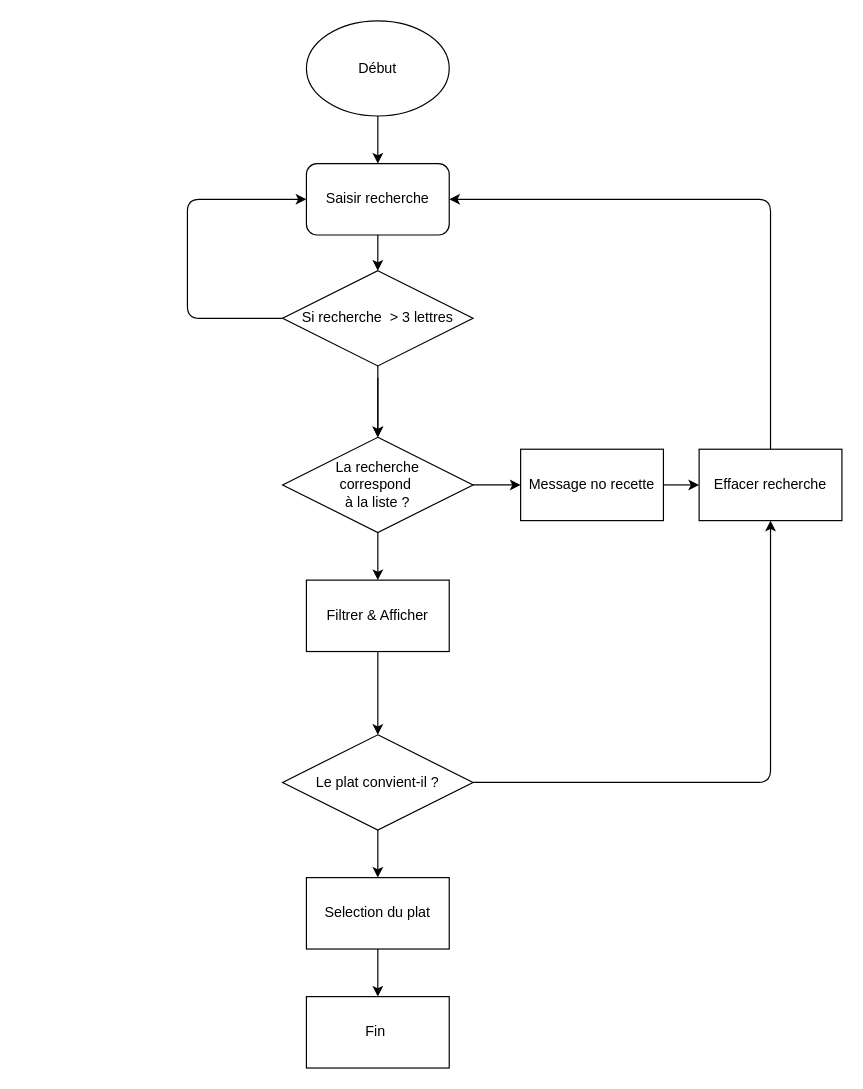
yatzc/YannWattier_7_29092021 keeps this draw.io diagram as Algorigramme.drawio. Above is the earlier version. Source tidied: cells renumbered, new cells numbered last; positions are measured from the earlier drawing's top-left corner, leaving out a move shared by most shapes. Both pictures are drawn from the tidied source at 119%, with x=0, y=0 at pixel (187, 20).
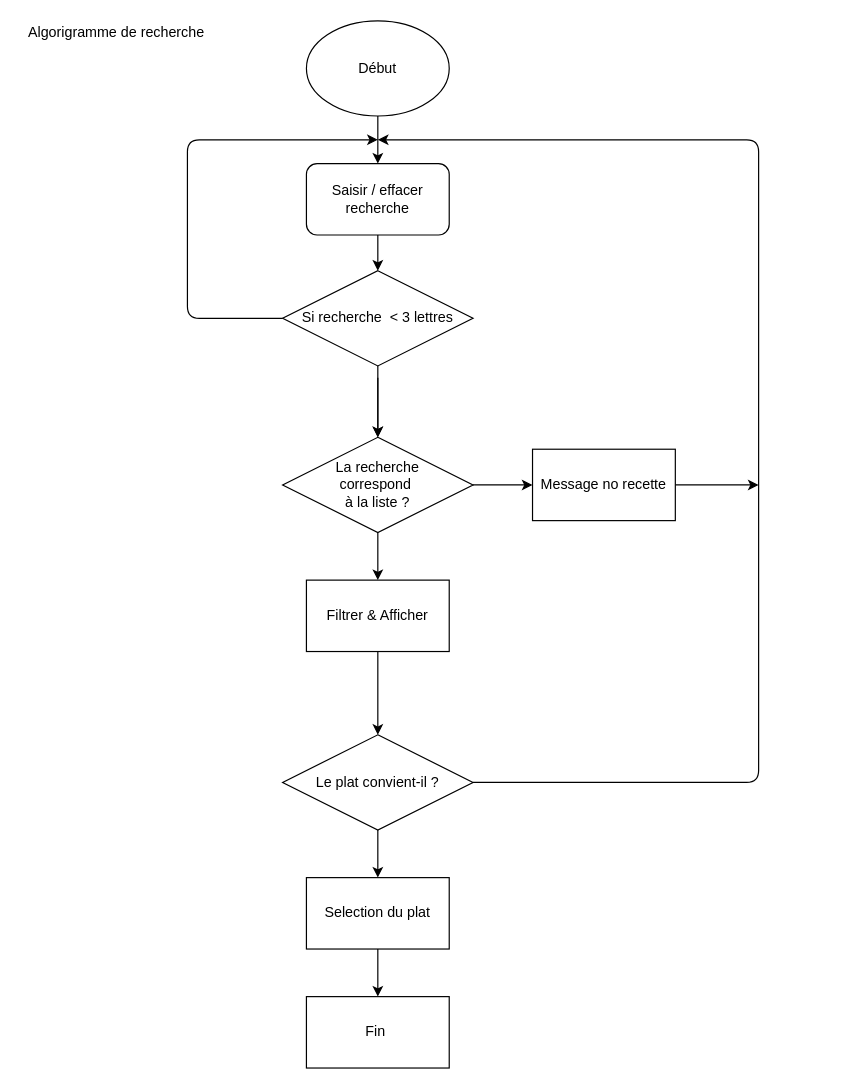
After the change.

The change refers to these unchanged cells:
```xml
<mxCell id="5" value="Le plat convient-il ?" style="rhombus;whiteSpace=wrap;html=1;" parent="1" vertex="1">
  <mxGeometry x="80" y="600" width="160" height="80" as="geometry" />
</mxCell>
```

The edit, as a diff of the source:
```diff
@@
-    <mxCell id="3" value="Saisir recherche" style="rounded=1;whiteSpace=wrap;html=1;" parent="1" vertex="1">
+    <mxCell id="3" value="Saisir / effacer recherche" style="rounded=1;whiteSpace=wrap;html=1;" parent="1" vertex="1">
       <mxGeometry x="100" y="120" width="120" height="60" as="geometry" />
     </mxCell>
@@
     <mxCell id="6" value="Message no recette" style="rounded=0;whiteSpace=wrap;html=1;" parent="1" vertex="1">
-      <mxGeometry x="280" y="360" width="120" height="60" as="geometry" />
+      <mxGeometry x="290" y="360" width="120" height="60" as="geometry" />
     </mxCell>
-    <mxCell id="7" value="Effacer recherche" style="rounded=0;whiteSpace=wrap;html=1;" parent="1" vertex="1">
-      <mxGeometry x="430" y="360" width="120" height="60" as="geometry" />
-    </mxCell>
-    <mxCell id="8" style="endArrow=classic;html=1;entryX=0.5;entryY=1;entryDx=0;entryDy=0;exitX=1;exitY=0.5;exitDx=0;exitDy=0;" parent="1" edge="1" source="5" target="7">
-      <mxGeometry relative="1" as="geometry">
-        <Array as="points">
-          <mxPoint x="490" y="640" />
-        </Array>
-      </mxGeometry>
-    </mxCell>
@@
-    <mxCell id="11" style="endArrow=classic;html=1;exitX=1;exitY=0.5;exitDx=0;exitDy=0;entryX=0;entryY=0.5;entryDx=0;entryDy=0;" parent="1" edge="1" source="6" target="7">
-      <mxGeometry relative="1" as="geometry" />
+    <mxCell id="11" style="endArrow=classic;html=1;exitX=1;exitY=0.5;exitDx=0;exitDy=0;" parent="1" edge="1" source="6">
+      <mxGeometry relative="1" as="geometry">
+        <mxPoint x="480" y="390" as="targetPoint" />
+      </mxGeometry>
     </mxCell>
@@
-    <mxCell id="13" style="endArrow=classic;html=1;exitX=0.5;exitY=0;exitDx=0;exitDy=0;entryX=1;entryY=0.5;entryDx=0;entryDy=0;" parent="1" edge="1" source="7" target="3">
+    <mxCell id="13" style="endArrow=classic;html=1;exitX=1;exitY=0.5;exitDx=0;exitDy=0;" parent="1" edge="1" source="5">
       <mxGeometry relative="1" as="geometry">
+        <mxPoint x="160" y="100" as="targetPoint" />
         <Array as="points">
-          <mxPoint x="490" y="150" />
+          <mxPoint x="480" y="640" />
+          <mxPoint x="480" y="100" />
         </Array>
       </mxGeometry>
     </mxCell>
@@
-    <mxCell id="18" value="&lt;span&gt;Si recherche&amp;nbsp; &amp;gt; 3 lettres&lt;/span&gt;" style="rhombus;whiteSpace=wrap;html=1;" parent="1" vertex="1">
+    <mxCell id="18" value="&lt;span&gt;Si recherche&amp;nbsp; &amp;lt; 3 lettres&lt;/span&gt;" style="rhombus;whiteSpace=wrap;html=1;" parent="1" vertex="1">
       <mxGeometry x="80" y="210" width="160" height="80" as="geometry" />
     </mxCell>
-    <mxCell id="19" style="endArrow=classic;html=1;exitX=0;exitY=0.5;exitDx=0;exitDy=0;entryX=0;entryY=0.5;entryDx=0;entryDy=0;" parent="1" edge="1" source="18" target="3">
+    <mxCell id="19" style="endArrow=classic;html=1;exitX=0;exitY=0.5;exitDx=0;exitDy=0;" parent="1" edge="1" source="18">
       <mxGeometry relative="1" as="geometry">
+        <mxPoint x="160" y="100" as="targetPoint" />
         <Array as="points">
           <mxPoint y="250" />
-          <mxPoint y="150" />
+          <mxPoint y="100" />
         </Array>
       </mxGeometry>
     </mxCell>
@@
+    <mxCell id="25" value="Algorigramme de recherche" style="text;html=1;align=center;verticalAlign=middle;fillColor=none;strokeColor=none;rounded=0;" parent="1" vertex="1">
+      <mxGeometry x="-140" width="160" height="20" as="geometry" />
+    </mxCell>
```
